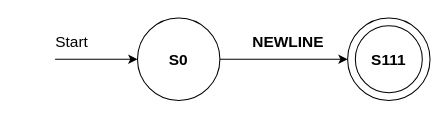
MonaJea-Ng/Projects keeps this draw.io diagram as statementDelim.drawio. Above is the earlier version. Source tidied: cells renumbered, new cells numbered last; positions are measured from the earlier drawing's top-left corner, leaving out a move shared by most shapes. Both pictures are drawn from the tidied source at 103%, with x=0, y=0 at pixel (18, 18).
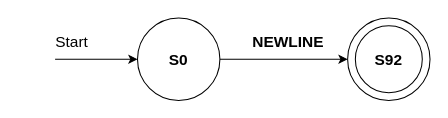
After the change.

Diff of the diagram source:
```diff
@@
 <mxGraphModel>
   <root>
     <mxCell id="0" />
     <mxCell id="1" parent="0" />
     <mxCell id="2" style="ellipse;whiteSpace=wrap;html=1;" parent="1" vertex="1">
       <mxGeometry x="320" width="80" height="80" as="geometry" />
     </mxCell>
     <mxCell id="3" style="ellipse;whiteSpace=wrap;html=1;" parent="1" vertex="1">
       <mxGeometry x="116" width="80" height="80" as="geometry" />
     </mxCell>
     <mxCell id="4" style="endArrow=classic;html=1;rounded=0;entryX=0;entryY=0.5;entryDx=0;entryDy=0;" parent="1" edge="1">
       <mxGeometry relative="1" as="geometry">
         <mxPoint x="36" y="40" as="sourcePoint" />
         <mxPoint x="116" y="40" as="targetPoint" />
       </mxGeometry>
     </mxCell>
     <mxCell id="5" style="endArrow=classic;html=1;rounded=0;entryX=0;entryY=0.5;entryDx=0;entryDy=0;exitX=1;exitY=0.5;exitDx=0;exitDy=0;" parent="1" edge="1" source="3" target="2">
       <mxGeometry relative="1" as="geometry" />
     </mxCell>
     <mxCell id="6" value="&lt;b style=&quot;font-size: 15px;&quot;&gt;S0&lt;/b&gt;" style="text;html=1;strokeColor=none;fillColor=none;align=center;verticalAlign=middle;whiteSpace=wrap;rounded=0;fontSize=15;" parent="1" vertex="1">
       <mxGeometry x="126" y="25" width="60" height="30" as="geometry" />
     </mxCell>
     <mxCell id="7" value="NEWLINE" style="text;html=1;strokeColor=none;fillColor=none;align=center;verticalAlign=middle;whiteSpace=wrap;rounded=0;fontSize=15;fontStyle=1;" parent="1" vertex="1">
       <mxGeometry x="210" y="7.5" width="105" height="30" as="geometry" />
     </mxCell>
     <mxCell id="8" style="ellipse;whiteSpace=wrap;html=1;" parent="1" vertex="1">
       <mxGeometry x="327.5" y="7.5" width="65" height="65" as="geometry" />
     </mxCell>
-    <mxCell id="9" value="&lt;b&gt;&lt;font style=&quot;font-size: 15px;&quot;&gt;S111&lt;/font&gt;&lt;/b&gt;" style="text;html=1;strokeColor=none;fillColor=none;align=center;verticalAlign=middle;whiteSpace=wrap;rounded=0;" parent="1" vertex="1">
+    <mxCell id="9" value="&lt;b&gt;&lt;font style=&quot;font-size: 15px;&quot;&gt;S92&lt;/font&gt;&lt;/b&gt;" style="text;html=1;strokeColor=none;fillColor=none;align=center;verticalAlign=middle;whiteSpace=wrap;rounded=0;" parent="1" vertex="1">
       <mxGeometry x="330" y="25" width="60" height="30" as="geometry" />
     </mxCell>
     <mxCell id="10" value="Start" style="text;html=1;strokeColor=none;fillColor=none;align=center;verticalAlign=middle;whiteSpace=wrap;rounded=0;fontSize=15;" parent="1" vertex="1">
       <mxGeometry y="7.5" width="105" height="30" as="geometry" />
     </mxCell>
   </root>
 </mxGraphModel>
```
